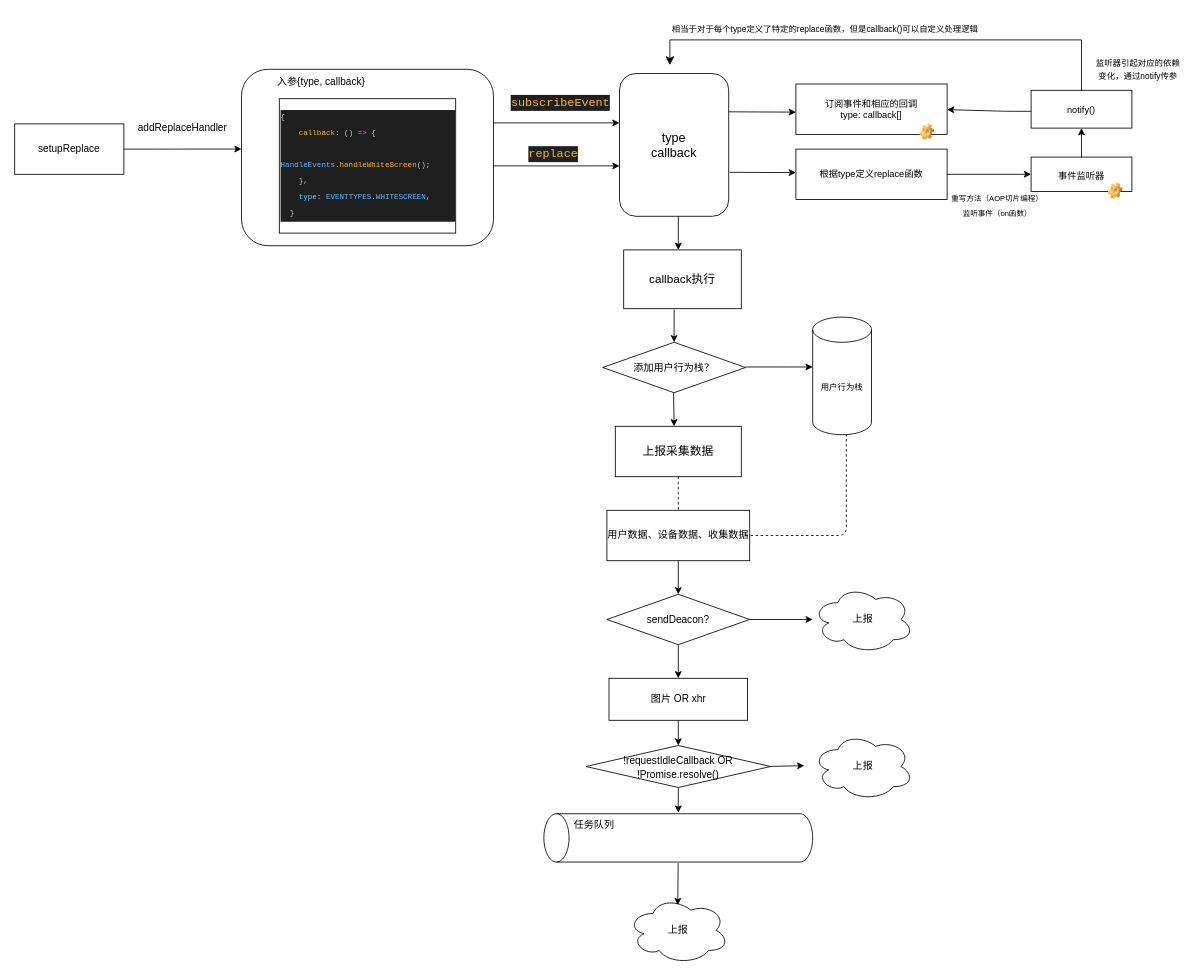
Earlier version of the draw.io diagram .dio (lizhidunyu/front-monitor). Source tidied: cells renumbered, new cells numbered last; positions are measured from the earlier drawing's top-left corner, leaving out a move shared by most shapes. Both pictures are drawn from the tidied source at 84%, with x=0, y=0 at pixel (14, 14).
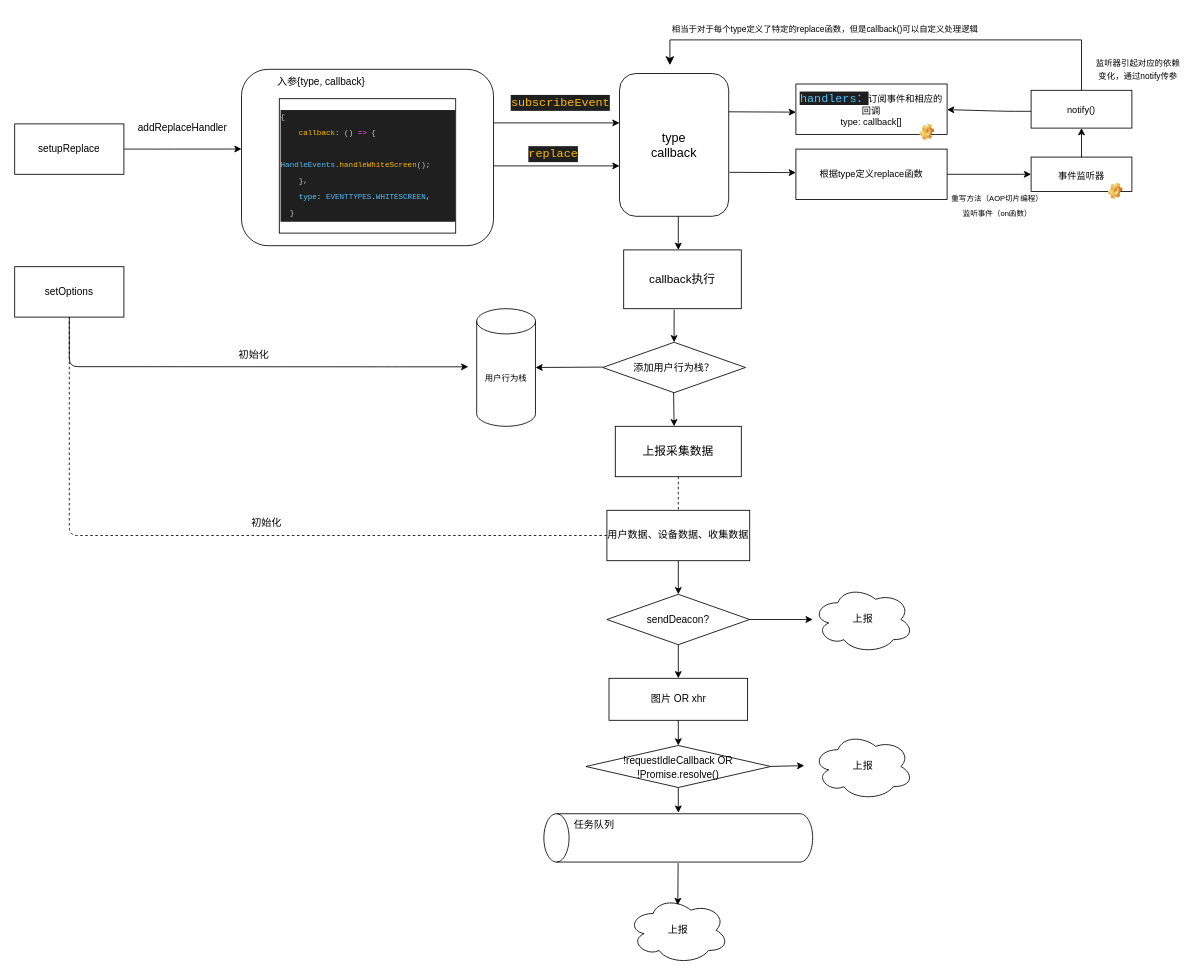
The same diagram, later.

Unchanged cells that the change refers to:
```xml
<mxCell id="34" value="用户数据、设备数据、收集数据" style="rounded=0;whiteSpace=wrap;html=1;fontSize=12;" parent="1" vertex="1">
  <mxGeometry x="705" y="590" width="170" height="60" as="geometry" />
</mxCell>
```

Diff of the diagram source:
```diff
@@
-    <mxCell id="8" value="&lt;font style=&quot;font-size: 11px;&quot;&gt;订阅事件和相应的回调&lt;br&gt;type: callback[]&lt;/font&gt;" style="rounded=0;whiteSpace=wrap;html=1;fontSize=9;" parent="1" vertex="1">
+    <mxCell id="8" value="&lt;font style=&quot;font-size: 11px;&quot;&gt;&lt;span style=&quot;color: rgb(79, 193, 255); background-color: rgb(31, 31, 31); font-family: Consolas, &amp;quot;Courier New&amp;quot;, monospace; font-size: 14px;&quot;&gt;handlers：&lt;/span&gt;订阅事件和相应的回调&lt;br&gt;type: callback[]&lt;/font&gt;" style="rounded=0;whiteSpace=wrap;html=1;fontSize=9;" parent="1" vertex="1">
       <mxGeometry x="930" y="82.5" width="180" height="60" as="geometry" />
     </mxCell>
@@
     <mxCell id="29" value="用户行为栈" style="shape=cylinder3;whiteSpace=wrap;html=1;boundedLbl=1;backgroundOutline=1;size=15;fontSize=10;" parent="1" vertex="1">
-      <mxGeometry x="950" y="360" width="70" height="140" as="geometry" />
+      <mxGeometry x="550" y="350" width="70" height="140" as="geometry" />
     </mxCell>
-    <mxCell id="30" style="endArrow=classic;html=1;fontSize=10;" parent="1" edge="1">
+    <mxCell id="30" style="endArrow=classic;html=1;fontSize=10;entryX=1;entryY=0.5;entryDx=0;entryDy=0;entryPerimeter=0;" parent="1" edge="1" target="29">
       <mxGeometry relative="1" as="geometry">
-        <mxPoint x="870" y="419.4" as="sourcePoint" />
-        <mxPoint x="950" y="419.4" as="targetPoint" />
-        <Array as="points">
-          <mxPoint x="920" y="419.4" />
-        </Array>
+        <mxPoint x="700" y="419.5" as="sourcePoint" />
       </mxGeometry>
     </mxCell>
@@
-    <mxCell id="40" style="endArrow=none;dashed=1;html=1;fontSize=12;" parent="1" edge="1">
-      <mxGeometry relative="1" as="geometry">
-        <mxPoint x="870" y="620" as="sourcePoint" />
-        <mxPoint x="990" y="500" as="targetPoint" />
-        <Array as="points">
-          <mxPoint x="990" y="620" />
-        </Array>
-      </mxGeometry>
-    </mxCell>
@@
+    <mxCell id="56" value="setOptions" style="rounded=0;whiteSpace=wrap;html=1;" parent="1" vertex="1">
+      <mxGeometry y="300" width="130" height="60" as="geometry" />
+    </mxCell>
+    <mxCell id="57" style="endArrow=classic;html=1;entryX=0;entryY=0.452;entryDx=0;entryDy=0;entryPerimeter=0;exitX=0.5;exitY=1;exitDx=0;exitDy=0;" parent="1" edge="1" source="56">
+      <mxGeometry relative="1" as="geometry">
+        <mxPoint x="540" y="419.2" as="targetPoint" />
+        <Array as="points">
+          <mxPoint x="65" y="419" />
+          <mxPoint x="450" y="419.2" />
+        </Array>
+      </mxGeometry>
+    </mxCell>
+    <mxCell id="58" style="endArrow=none;dashed=1;html=1;entryX=0.5;entryY=1;entryDx=0;entryDy=0;exitX=0;exitY=0.5;exitDx=0;exitDy=0;" parent="1" edge="1" source="34" target="56">
+      <mxGeometry relative="1" as="geometry">
+        <Array as="points">
+          <mxPoint x="65" y="620" />
+        </Array>
+      </mxGeometry>
+    </mxCell>
+    <mxCell id="59" value="初始化" style="text;html=1;strokeColor=none;fillColor=none;align=center;verticalAlign=middle;whiteSpace=wrap;rounded=0;" parent="1" vertex="1">
+      <mxGeometry x="255" y="390" width="60" height="30" as="geometry" />
+    </mxCell>
+    <mxCell id="60" value="初始化" style="text;html=1;strokeColor=none;fillColor=none;align=center;verticalAlign=middle;whiteSpace=wrap;rounded=0;" parent="1" vertex="1">
+      <mxGeometry x="270" y="590" width="60" height="30" as="geometry" />
+    </mxCell>
```
